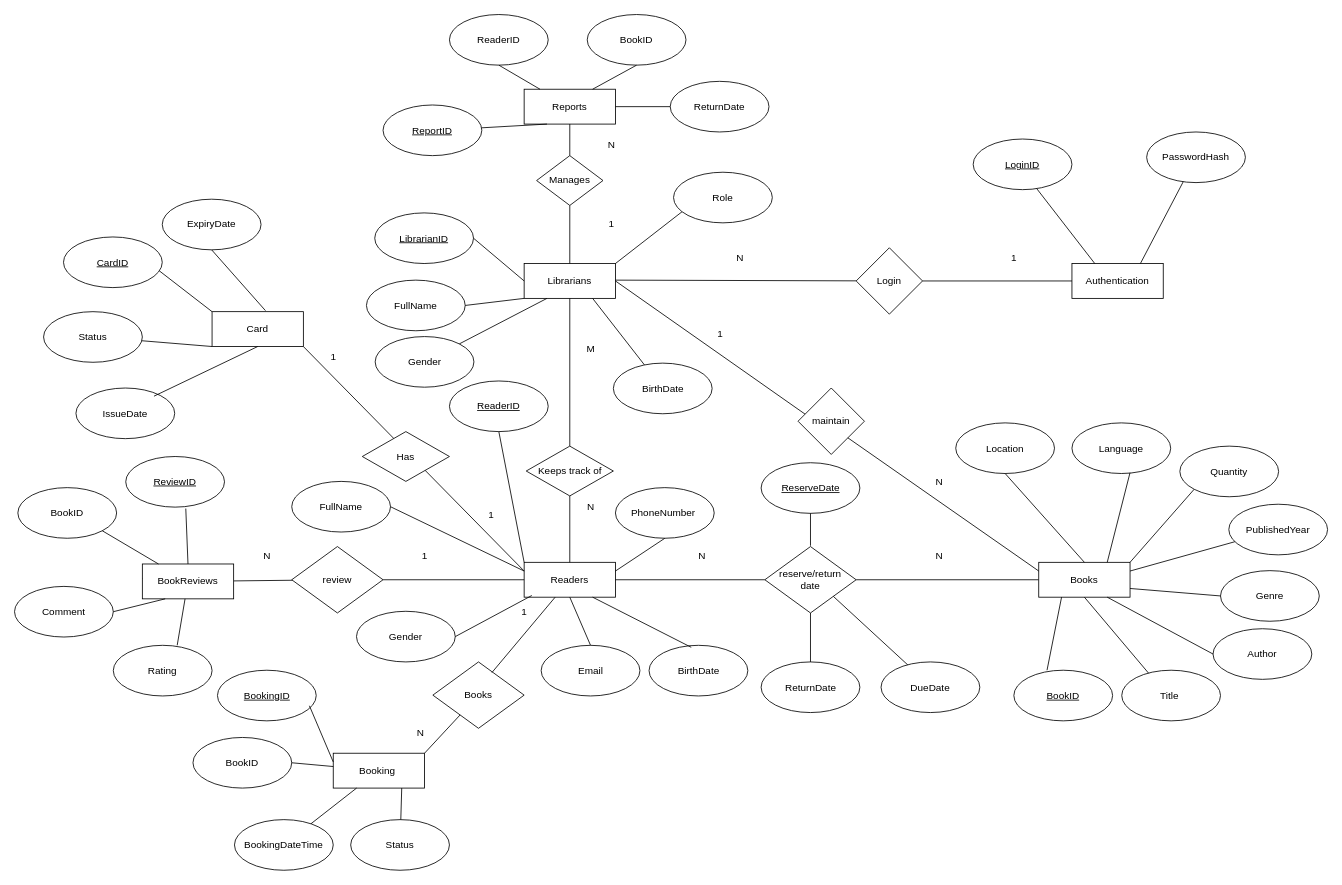
This is .idea/library.drawio from thanhpro0802/demo, a draw.io file, before an edit. Source tidied: cells renumbered, new cells numbered last; positions are measured from the earlier drawing's top-left corner, leaving out a move shared by most shapes. Both pictures are drawn from the tidied source at 83%, with x=0, y=0 at pixel (14, 14).
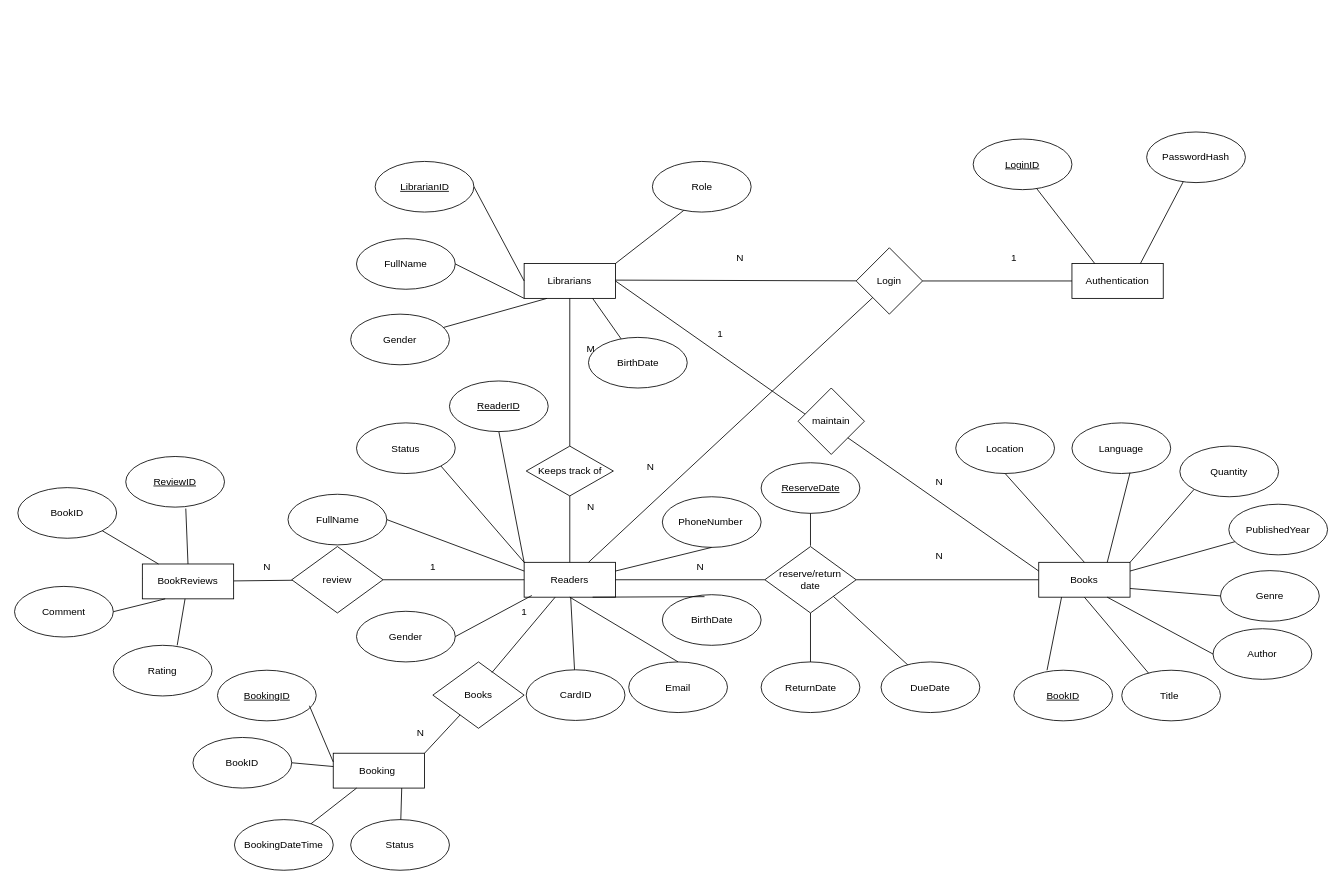
Above is the later version.

Unchanged cells that the change refers to:
```xml
<mxCell id="28" value="Readers" style="rounded=0;whiteSpace=wrap;html=1;" parent="1" vertex="1">
  <mxGeometry x="614" y="660" width="110" height="42" as="geometry" />
</mxCell>
<mxCell id="70" value="Login" style="rhombus;whiteSpace=wrap;html=1;" parent="1" vertex="1">
  <mxGeometry x="1014" y="281" width="80" height="80" as="geometry" />
</mxCell>
```

What changed in the source:
```diff
@@
-    <mxCell id="2" value="Reports" style="rounded=0;whiteSpace=wrap;html=1;" parent="1" vertex="1">
-      <mxGeometry x="614" y="90" width="110" height="42" as="geometry" />
-    </mxCell>
-    <mxCell id="3" value="ReaderID" style="ellipse;whiteSpace=wrap;html=1;" parent="1" vertex="1">
-      <mxGeometry x="524" width="119" height="61" as="geometry" />
-    </mxCell>
-    <mxCell id="4" style="endArrow=none;html=1;rounded=0;exitX=0.5;exitY=1;exitDx=0;exitDy=0;" parent="1" edge="1" source="3" target="2">
-      <mxGeometry relative="1" as="geometry" />
-    </mxCell>
-    <mxCell id="5" value="BookID" style="ellipse;whiteSpace=wrap;html=1;" parent="1" vertex="1">
-      <mxGeometry x="690" width="119" height="61" as="geometry" />
-    </mxCell>
-    <mxCell id="6" value="ReturnDate" style="ellipse;whiteSpace=wrap;html=1;" parent="1" vertex="1">
-      <mxGeometry x="790" y="80.5" width="119" height="61" as="geometry" />
-    </mxCell>
-    <mxCell id="7" style="endArrow=none;html=1;rounded=0;exitX=0.5;exitY=1;exitDx=0;exitDy=0;entryX=0.75;entryY=0;entryDx=0;entryDy=0;" parent="1" edge="1" source="5" target="2">
-      <mxGeometry relative="1" as="geometry" />
-    </mxCell>
-    <mxCell id="8" style="endArrow=none;html=1;rounded=0;exitX=1;exitY=0.5;exitDx=0;exitDy=0;" parent="1" edge="1" source="2" target="6">
-      <mxGeometry relative="1" as="geometry" />
-    </mxCell>
-    <mxCell id="9" value="Manages" style="rhombus;whiteSpace=wrap;html=1;" parent="1" vertex="1">
-      <mxGeometry x="629" y="170" width="80" height="60" as="geometry" />
-    </mxCell>
-    <mxCell id="10" style="endArrow=none;html=1;rounded=0;exitX=0.5;exitY=0;exitDx=0;exitDy=0;" parent="1" edge="1" source="9" target="2">
-      <mxGeometry relative="1" as="geometry" />
-    </mxCell>
-    <mxCell id="11" style="endArrow=none;html=1;rounded=0;exitX=0.5;exitY=1;exitDx=0;exitDy=0;" parent="1" edge="1" source="9">
-      <mxGeometry relative="1" as="geometry">
-        <mxPoint x="669" y="310" as="targetPoint" />
-      </mxGeometry>
-    </mxCell>
@@
-    <mxCell id="13" value="&lt;u&gt;ReportID&lt;/u&gt;" style="ellipse;whiteSpace=wrap;html=1;" parent="1" vertex="1">
-      <mxGeometry x="444" y="109" width="119" height="61" as="geometry" />
-    </mxCell>
-    <mxCell id="14" style="endArrow=none;html=1;rounded=0;entryX=0.25;entryY=1;entryDx=0;entryDy=0;" parent="1" edge="1" source="13" target="2">
-      <mxGeometry relative="1" as="geometry" />
-    </mxCell>
     <mxCell id="15" value="&lt;u&gt;LibrarianID&lt;/u&gt;" style="ellipse;whiteSpace=wrap;html=1;" parent="1" vertex="1">
-      <mxGeometry x="434" y="239" width="119" height="61" as="geometry" />
+      <mxGeometry x="434.5" y="177" width="119" height="61" as="geometry" />
     </mxCell>
     <mxCell id="16" value="FullName" style="ellipse;whiteSpace=wrap;html=1;" parent="1" vertex="1">
-      <mxGeometry x="424" y="320" width="119" height="61" as="geometry" />
+      <mxGeometry x="412" y="270" width="119" height="61" as="geometry" />
     </mxCell>
@@
     <mxCell id="19" value="Gender" style="ellipse;whiteSpace=wrap;html=1;" parent="1" vertex="1">
-      <mxGeometry x="434.5" y="388" width="119" height="61" as="geometry" />
+      <mxGeometry x="405" y="361" width="119" height="61" as="geometry" />
     </mxCell>
@@
     <mxCell id="24" value="BirthDate" style="ellipse;whiteSpace=wrap;html=1;" parent="1" vertex="1">
-      <mxGeometry x="721.5" y="420" width="119" height="61" as="geometry" />
+      <mxGeometry x="691.5" y="389" width="119" height="61" as="geometry" />
     </mxCell>
@@
     <mxCell id="26" value="Role" style="ellipse;whiteSpace=wrap;html=1;" parent="1" vertex="1">
-      <mxGeometry x="794" y="190" width="119" height="61" as="geometry" />
+      <mxGeometry x="768.5" y="177" width="119" height="61" as="geometry" />
     </mxCell>
@@
     <mxCell id="30" value="FullName" style="ellipse;whiteSpace=wrap;html=1;" parent="1" vertex="1">
-      <mxGeometry x="334" y="562.5" width="119" height="61" as="geometry" />
+      <mxGeometry x="329.5" y="578" width="119" height="61" as="geometry" />
     </mxCell>
@@
     <mxCell id="34" value="Email" style="ellipse;whiteSpace=wrap;html=1;" parent="1" vertex="1">
-      <mxGeometry x="634.5" y="760" width="119" height="61" as="geometry" />
+      <mxGeometry x="740" y="780" width="119" height="61" as="geometry" />
     </mxCell>
     <mxCell id="35" value="BirthDate" style="ellipse;whiteSpace=wrap;html=1;" parent="1" vertex="1">
-      <mxGeometry x="764.5" y="760" width="119" height="61" as="geometry" />
+      <mxGeometry x="780.5" y="699" width="119" height="61" as="geometry" />
     </mxCell>
@@
     <mxCell id="38" value="PhoneNumber&amp;nbsp;" style="ellipse;whiteSpace=wrap;html=1;" parent="1" vertex="1">
-      <mxGeometry x="724" y="570" width="119" height="61" as="geometry" />
+      <mxGeometry x="780.5" y="581" width="119" height="61" as="geometry" />
     </mxCell>
@@
-    <mxCell id="77" value="N" style="text;html=1;align=center;verticalAlign=middle;strokeColor=none;fillColor=none;" parent="1" vertex="1">
-      <mxGeometry x="704" y="141.5" width="30" height="30" as="geometry" />
-    </mxCell>
-    <mxCell id="78" value="1" style="text;html=1;align=center;verticalAlign=middle;strokeColor=none;fillColor=none;" parent="1" vertex="1">
-      <mxGeometry x="704" y="238" width="30" height="30" as="geometry" />
-    </mxCell>
@@
     <mxCell id="99" value="N" style="text;html=1;align=center;verticalAlign=middle;strokeColor=none;fillColor=none;" parent="1" vertex="1">
-      <mxGeometry x="289" y="638" width="30" height="30" as="geometry" />
+      <mxGeometry x="289" y="651" width="30" height="30" as="geometry" />
     </mxCell>
     <mxCell id="100" value="1" style="text;html=1;align=center;verticalAlign=middle;strokeColor=none;fillColor=none;" parent="1" vertex="1">
-      <mxGeometry x="479" y="638" width="30" height="30" as="geometry" />
+      <mxGeometry x="488.5" y="651" width="30" height="30" as="geometry" />
     </mxCell>
-    <mxCell id="101" value="Card" style="rounded=0;whiteSpace=wrap;html=1;" parent="1" vertex="1">
-      <mxGeometry x="238" y="358" width="110" height="42" as="geometry" />
-    </mxCell>
-    <mxCell id="102" value="&lt;u&gt;CardID&lt;/u&gt;" style="ellipse;whiteSpace=wrap;html=1;" parent="1" vertex="1">
-      <mxGeometry x="59" y="268" width="119" height="61" as="geometry" />
-    </mxCell>
-    <mxCell id="103" value="Status" style="ellipse;whiteSpace=wrap;html=1;" parent="1" vertex="1">
-      <mxGeometry x="35" y="358" width="119" height="61" as="geometry" />
-    </mxCell>
-    <mxCell id="104" style="endArrow=none;html=1;rounded=0;entryX=1;entryY=1;entryDx=0;entryDy=0;exitX=0;exitY=0.25;exitDx=0;exitDy=0;" parent="1" edge="1" source="28" target="101">
-      <mxGeometry relative="1" as="geometry" />
-    </mxCell>
-    <mxCell id="105" value="Has" style="rhombus;whiteSpace=wrap;html=1;" parent="1" vertex="1">
-      <mxGeometry x="419" y="502.5" width="105" height="60" as="geometry" />
-    </mxCell>
-    <mxCell id="106" style="endArrow=none;html=1;rounded=0;entryX=0;entryY=1;entryDx=0;entryDy=0;" parent="1" edge="1" source="103" target="101">
-      <mxGeometry relative="1" as="geometry" />
-    </mxCell>
-    <mxCell id="107" style="endArrow=none;html=1;rounded=0;exitX=0.97;exitY=0.669;exitDx=0;exitDy=0;exitPerimeter=0;entryX=0;entryY=0;entryDx=0;entryDy=0;" parent="1" edge="1" source="102" target="101">
-      <mxGeometry relative="1" as="geometry" />
-    </mxCell>
@@
-    <mxCell id="109" value="IssueDate" style="ellipse;whiteSpace=wrap;html=1;" parent="1" vertex="1">
-      <mxGeometry x="74" y="450" width="119" height="61" as="geometry" />
-    </mxCell>
-    <mxCell id="110" value="ExpiryDate" style="ellipse;whiteSpace=wrap;html=1;" parent="1" vertex="1">
-      <mxGeometry x="178" y="222.5" width="119" height="61" as="geometry" />
-    </mxCell>
-    <mxCell id="111" style="endArrow=none;html=1;rounded=0;exitX=0.79;exitY=0.161;exitDx=0;exitDy=0;exitPerimeter=0;entryX=0.5;entryY=1;entryDx=0;entryDy=0;" parent="1" edge="1" source="109" target="101">
-      <mxGeometry relative="1" as="geometry" />
-    </mxCell>
-    <mxCell id="112" style="endArrow=none;html=1;rounded=0;exitX=0.5;exitY=1;exitDx=0;exitDy=0;entryX=0.585;entryY=-0.029;entryDx=0;entryDy=0;entryPerimeter=0;" parent="1" edge="1" source="110" target="101">
-      <mxGeometry relative="1" as="geometry" />
-    </mxCell>
@@
-    <mxCell id="125" value="1" style="text;html=1;align=center;verticalAlign=middle;strokeColor=none;fillColor=none;" parent="1" vertex="1">
-      <mxGeometry x="369" y="398" width="30" height="30" as="geometry" />
-    </mxCell>
-    <mxCell id="126" value="1" style="text;html=1;align=center;verticalAlign=middle;strokeColor=none;fillColor=none;" parent="1" vertex="1">
-      <mxGeometry x="559" y="588" width="30" height="30" as="geometry" />
-    </mxCell>
@@
     <mxCell id="129" value="N" style="text;html=1;align=center;verticalAlign=middle;strokeColor=none;fillColor=none;" parent="1" vertex="1">
-      <mxGeometry x="813" y="638" width="30" height="30" as="geometry" />
+      <mxGeometry x="810.5" y="651" width="30" height="30" as="geometry" />
     </mxCell>
+    <mxCell id="103" value="Status" style="ellipse;whiteSpace=wrap;html=1;" parent="1" vertex="1">
+      <mxGeometry x="412" y="492" width="119" height="61" as="geometry" />
+    </mxCell>
+    <mxCell id="130" style="endArrow=none;html=1;rounded=0;exitX=0;exitY=0;exitDx=0;exitDy=0;entryX=1;entryY=1;entryDx=0;entryDy=0;" parent="1" edge="1" source="28" target="103">
+      <mxGeometry relative="1" as="geometry" />
+    </mxCell>
+    <mxCell id="102" value="CardID" style="ellipse;whiteSpace=wrap;html=1;" parent="1" vertex="1">
+      <mxGeometry x="616.5" y="789.5" width="119" height="61" as="geometry" />
+    </mxCell>
+    <mxCell id="131" style="endArrow=none;html=1;rounded=0;" parent="1" edge="1" source="102" target="28">
+      <mxGeometry relative="1" as="geometry" />
+    </mxCell>
+    <mxCell id="132" style="endArrow=none;html=1;rounded=0;entryX=0;entryY=1;entryDx=0;entryDy=0;" parent="1" edge="1" source="28" target="70">
+      <mxGeometry relative="1" as="geometry" />
+    </mxCell>
+    <mxCell id="77" value="N" style="text;html=1;align=center;verticalAlign=middle;strokeColor=none;fillColor=none;" parent="1" vertex="1">
+      <mxGeometry x="750.5" y="530" width="30" height="30" as="geometry" />
+    </mxCell>
```
